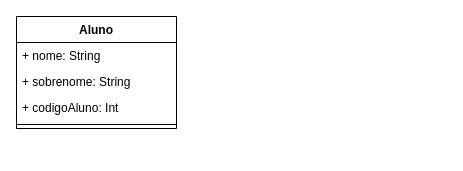
Above: uml/DesafioKotlin.drawio in JonatasEliel/DesafioKotlin (draw.io), before the change. Source tidied: cells renumbered, new cells numbered last; positions are measured from the earlier drawing's top-left corner, leaving out a move shared by most shapes. Both pictures are drawn from the tidied source at 100%, with x=0, y=0 at pixel (16, 16).
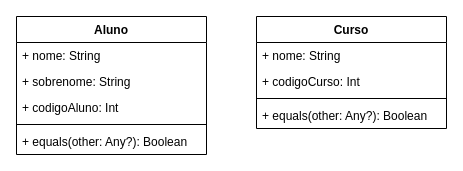
The same diagram, later.

Commit message:
diagrama de classe - Curso

What changed in the source:
```diff
@@
 <mxGraphModel>
   <root>
     <mxCell id="0" />
     <mxCell id="1" parent="0" />
     <mxCell id="2" value="Aluno" style="swimlane;fontStyle=1;align=center;verticalAlign=top;horizontal=1;startSize=26;" parent="1" vertex="1">
-      <mxGeometry width="160" height="112" as="geometry" />
+      <mxGeometry width="190" height="138" as="geometry" />
     </mxCell>
-    <mxCell id="3" value="+ nome: String" style="text;strokeColor=none;fillColor=none;align=left;verticalAlign=top;spacingLeft=4;spacingRight=4;overflow=hidden;" parent="2" vertex="1">
-      <mxGeometry y="26" width="160" height="26" as="geometry" />
-    </mxCell>
+    <mxCell id="7" value="+ nome: String" style="text;strokeColor=none;fillColor=none;align=left;verticalAlign=top;spacingLeft=4;spacingRight=4;overflow=hidden;" parent="2" vertex="1">
+      <mxGeometry y="26" width="190" height="26" as="geometry" />
+    </mxCell>
     <mxCell id="4" value="+ sobrenome: String" style="text;strokeColor=none;fillColor=none;align=left;verticalAlign=top;spacingLeft=4;spacingRight=4;overflow=hidden;" parent="2" vertex="1">
-      <mxGeometry y="52" width="160" height="26" as="geometry" />
+      <mxGeometry y="52" width="190" height="26" as="geometry" />
     </mxCell>
     <mxCell id="5" value="+ codigoAluno: Int" style="text;strokeColor=none;fillColor=none;align=left;verticalAlign=top;spacingLeft=4;spacingRight=4;overflow=hidden;" parent="2" vertex="1">
-      <mxGeometry y="78" width="160" height="26" as="geometry" />
+      <mxGeometry y="78" width="190" height="26" as="geometry" />
     </mxCell>
-    <mxCell id="6" style="line;strokeWidth=1;fillColor=none;align=left;verticalAlign=middle;spacingTop=-1;spacingLeft=3;spacingRight=3;labelPosition=right;" parent="2" vertex="1">
-      <mxGeometry y="104" width="160" height="8" as="geometry" />
-    </mxCell>
+    <mxCell id="8" style="line;strokeWidth=1;fillColor=none;align=left;verticalAlign=middle;spacingTop=-1;spacingLeft=3;spacingRight=3;labelPosition=right;" parent="2" vertex="1">
+      <mxGeometry y="104" width="190" height="8" as="geometry" />
+    </mxCell>
+    <mxCell id="9" value="+ equals(other: Any?): Boolean" style="text;strokeColor=none;fillColor=none;align=left;verticalAlign=top;spacingLeft=4;spacingRight=4;overflow=hidden;" parent="2" vertex="1">
+      <mxGeometry y="112" width="190" height="26" as="geometry" />
+    </mxCell>
+    <mxCell id="10" value="Curso" style="swimlane;fontStyle=1;align=center;verticalAlign=top;horizontal=1;startSize=26;" parent="1" vertex="1">
+      <mxGeometry x="240" width="190" height="112" as="geometry" />
+    </mxCell>
+    <mxCell id="11" value="+ nome: String" style="text;strokeColor=none;fillColor=none;align=left;verticalAlign=top;spacingLeft=4;spacingRight=4;overflow=hidden;" parent="10" vertex="1">
+      <mxGeometry y="26" width="190" height="26" as="geometry" />
+    </mxCell>
+    <mxCell id="12" value="+ codigoCurso: Int" style="text;strokeColor=none;fillColor=none;align=left;verticalAlign=top;spacingLeft=4;spacingRight=4;overflow=hidden;" parent="10" vertex="1">
+      <mxGeometry y="52" width="190" height="26" as="geometry" />
+    </mxCell>
+    <mxCell id="13" style="line;strokeWidth=1;fillColor=none;align=left;verticalAlign=middle;spacingTop=-1;spacingLeft=3;spacingRight=3;labelPosition=right;" parent="10" vertex="1">
+      <mxGeometry y="78" width="190" height="8" as="geometry" />
+    </mxCell>
+    <mxCell id="14" value="+ equals(other: Any?): Boolean" style="text;strokeColor=none;fillColor=none;align=left;verticalAlign=top;spacingLeft=4;spacingRight=4;overflow=hidden;" parent="10" vertex="1">
+      <mxGeometry y="86" width="190" height="26" as="geometry" />
+    </mxCell>
   </root>
 </mxGraphModel>
```
